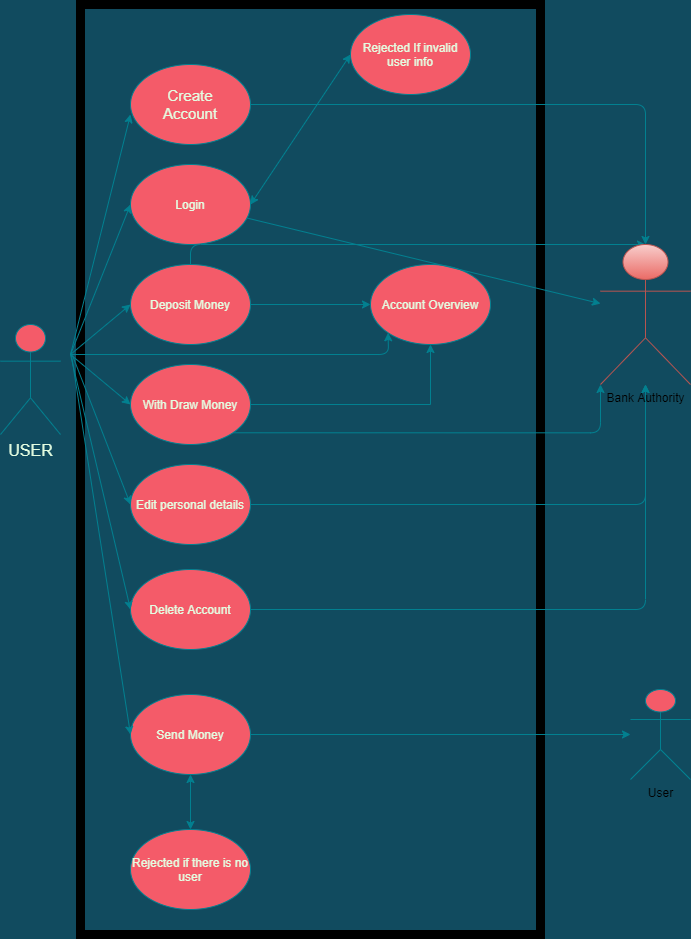
The draw.io diagram assests/User_Diagram.png in abuz33/Banking_System_Python_With_GUI, before a commit. Source tidied: cells renumbered, new cells last; positions are measured from the earlier drawing's top-left corner, leaving out a move shared by most shapes.
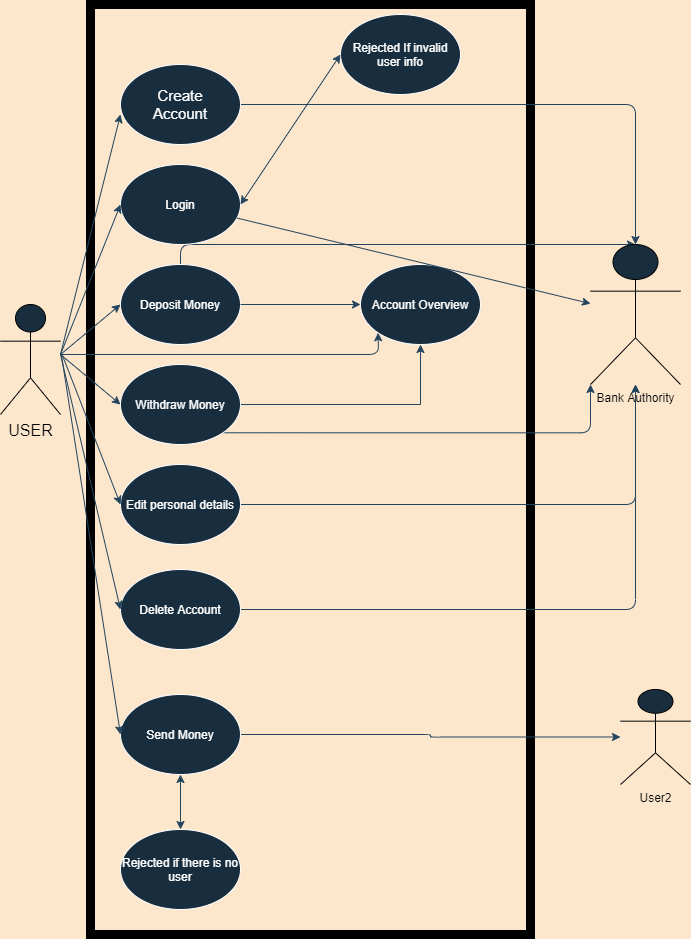
The same diagram one commit later.

Change to the diagram source:
```diff
@@ -1,92 +1,92 @@
-<mxGraphModel background="#114B5F">
+<mxGraphModel background="#FCE7CD">
   <root>
     <mxCell id="0" />
     <mxCell id="1" parent="0" />
-    <mxCell id="2" style="rounded=0;whiteSpace=wrap;html=1;sketch=0;fillColor=none;strokeWidth=9;" parent="1" vertex="1">
-      <mxGeometry x="80" width="460" height="930" as="geometry" />
+    <mxCell id="2" style="rounded=0;whiteSpace=wrap;html=1;sketch=0;fillColor=none;strokeWidth=9;fontColor=#FFFFFF;" parent="1" vertex="1">
+      <mxGeometry x="100" width="440" height="930" as="geometry" />
     </mxCell>
-    <mxCell id="3" style="edgeStyle=orthogonalEdgeStyle;curved=0;rounded=1;sketch=0;jettySize=auto;html=1;exitX=1;exitY=0.5;exitDx=0;exitDy=0;strokeColor=#028090;fillColor=#F45B69;fontColor=#E4FDE1;" parent="1" edge="1" source="4" target="33">
+    <mxCell id="3" style="edgeStyle=orthogonalEdgeStyle;curved=0;rounded=1;sketch=0;jettySize=auto;html=1;exitX=1;exitY=0.5;exitDx=0;exitDy=0;strokeColor=#23445D;labelBackgroundColor=#FCE7CD;" parent="1" edge="1" source="4" target="33">
       <mxGeometry relative="1" as="geometry" />
     </mxCell>
-    <mxCell id="4" style="ellipse;whiteSpace=wrap;html=1;fillColor=#F45B69;strokeColor=#028090;fontColor=#E4FDE1;" parent="1" vertex="1">
+    <mxCell id="4" style="ellipse;whiteSpace=wrap;html=1;fillColor=#182E3E;strokeColor=#FFFFFF;fontColor=#FFFFFF;" parent="1" vertex="1">
       <mxGeometry x="130" y="60" width="120" height="80" as="geometry" />
     </mxCell>
-    <mxCell id="5" value="Rejected if there is no user" style="ellipse;whiteSpace=wrap;html=1;fillColor=#F45B69;strokeColor=#028090;fontColor=#E4FDE1;" parent="1" vertex="1">
+    <mxCell id="5" value="Rejected if there is no user" style="ellipse;whiteSpace=wrap;html=1;fillColor=#182E3E;strokeColor=#FFFFFF;fontColor=#FFFFFF;" parent="1" vertex="1">
       <mxGeometry x="130" y="825" width="120" height="80" as="geometry" />
     </mxCell>
-    <mxCell id="6" style="edgeStyle=orthogonalEdgeStyle;curved=0;rounded=1;sketch=0;jettySize=auto;html=1;strokeColor=#028090;fillColor=#F45B69;fontColor=#E4FDE1;" parent="1" edge="1" source="7" target="35">
+    <mxCell id="6" style="edgeStyle=orthogonalEdgeStyle;curved=0;rounded=1;sketch=0;jettySize=auto;html=1;strokeColor=#23445D;labelBackgroundColor=#FCE7CD;" parent="1" edge="1" source="7" target="35">
       <mxGeometry relative="1" as="geometry" />
     </mxCell>
-    <mxCell id="7" value="Send Money" style="ellipse;whiteSpace=wrap;html=1;fillColor=#F45B69;strokeColor=#028090;fontColor=#E4FDE1;" parent="1" vertex="1">
+    <mxCell id="7" value="Send Money" style="ellipse;whiteSpace=wrap;html=1;fillColor=#182E3E;strokeColor=#FFFFFF;fontColor=#FFFFFF;" parent="1" vertex="1">
       <mxGeometry x="130" y="690" width="120" height="80" as="geometry" />
     </mxCell>
-    <mxCell id="8" style="edgeStyle=orthogonalEdgeStyle;curved=0;rounded=1;sketch=0;jettySize=auto;html=1;strokeColor=#028090;fillColor=#F45B69;fontColor=#E4FDE1;" parent="1" edge="1" source="9" target="33">
+    <mxCell id="8" style="edgeStyle=orthogonalEdgeStyle;curved=0;rounded=1;sketch=0;jettySize=auto;html=1;strokeColor=#23445D;labelBackgroundColor=#FCE7CD;" parent="1" edge="1" source="9" target="33">
       <mxGeometry relative="1" as="geometry" />
     </mxCell>
-    <mxCell id="9" value="Edit personal details" style="ellipse;whiteSpace=wrap;html=1;fillColor=#F45B69;strokeColor=#028090;fontColor=#E4FDE1;" parent="1" vertex="1">
+    <mxCell id="9" value="Edit personal details" style="ellipse;whiteSpace=wrap;html=1;fillColor=#182E3E;strokeColor=#FFFFFF;fontColor=#FFFFFF;" parent="1" vertex="1">
       <mxGeometry x="130" y="460" width="120" height="80" as="geometry" />
     </mxCell>
-    <mxCell id="10" style="edgeStyle=orthogonalEdgeStyle;rounded=0;jettySize=auto;html=1;exitX=1;exitY=0.5;exitDx=0;exitDy=0;entryX=0.5;entryY=1;entryDx=0;entryDy=0;labelBackgroundColor=#114B5F;strokeColor=#028090;fontColor=#E4FDE1;" parent="1" edge="1" source="12" target="24">
+    <mxCell id="10" style="edgeStyle=orthogonalEdgeStyle;rounded=0;jettySize=auto;html=1;exitX=1;exitY=0.5;exitDx=0;exitDy=0;entryX=0.5;entryY=1;entryDx=0;entryDy=0;strokeColor=#23445D;labelBackgroundColor=#FCE7CD;" parent="1" edge="1" source="12" target="24">
       <mxGeometry relative="1" as="geometry" />
     </mxCell>
-    <mxCell id="11" style="edgeStyle=orthogonalEdgeStyle;curved=0;rounded=1;sketch=0;jettySize=auto;html=1;exitX=1;exitY=1;exitDx=0;exitDy=0;entryX=0;entryY=1;entryDx=0;entryDy=0;entryPerimeter=0;strokeColor=#028090;fillColor=#F45B69;fontColor=#E4FDE1;" parent="1" edge="1" source="12" target="33">
+    <mxCell id="11" style="edgeStyle=orthogonalEdgeStyle;curved=0;rounded=1;sketch=0;jettySize=auto;html=1;exitX=1;exitY=1;exitDx=0;exitDy=0;entryX=0;entryY=1;entryDx=0;entryDy=0;entryPerimeter=0;strokeColor=#23445D;labelBackgroundColor=#FCE7CD;" parent="1" edge="1" source="12" target="33">
       <mxGeometry relative="1" as="geometry" />
     </mxCell>
-    <mxCell id="12" value="With Draw Money" style="ellipse;whiteSpace=wrap;html=1;fillColor=#F45B69;strokeColor=#028090;fontColor=#E4FDE1;" parent="1" vertex="1">
+    <mxCell id="12" value="Withdraw Money" style="ellipse;whiteSpace=wrap;html=1;fillColor=#182E3E;strokeColor=#FFFFFF;fontColor=#FFFFFF;" parent="1" vertex="1">
       <mxGeometry x="130" y="360" width="120" height="80" as="geometry" />
     </mxCell>
-    <mxCell id="13" style="edgeStyle=orthogonalEdgeStyle;curved=0;rounded=1;sketch=0;jettySize=auto;html=1;exitX=0.5;exitY=0;exitDx=0;exitDy=0;entryX=0.5;entryY=0;entryDx=0;entryDy=0;entryPerimeter=0;strokeColor=#028090;fillColor=#F45B69;fontColor=#E4FDE1;" parent="1" edge="1" source="14" target="33">
+    <mxCell id="13" style="edgeStyle=orthogonalEdgeStyle;curved=0;rounded=1;sketch=0;jettySize=auto;html=1;exitX=0.5;exitY=0;exitDx=0;exitDy=0;entryX=0.5;entryY=0;entryDx=0;entryDy=0;entryPerimeter=0;strokeColor=#23445D;labelBackgroundColor=#FCE7CD;" parent="1" edge="1" source="14" target="33">
       <mxGeometry relative="1" as="geometry" />
     </mxCell>
-    <mxCell id="14" value="Deposit Money" style="ellipse;whiteSpace=wrap;html=1;fillColor=#F45B69;strokeColor=#028090;fontColor=#E4FDE1;" parent="1" vertex="1">
+    <mxCell id="14" value="Deposit Money" style="ellipse;whiteSpace=wrap;html=1;fillColor=#182E3E;strokeColor=#FFFFFF;fontColor=#FFFFFF;" parent="1" vertex="1">
       <mxGeometry x="130" y="260" width="120" height="80" as="geometry" />
     </mxCell>
-    <mxCell id="15" value="Login" style="ellipse;whiteSpace=wrap;html=1;fillColor=#F45B69;strokeColor=#028090;fontColor=#E4FDE1;" parent="1" vertex="1">
+    <mxCell id="15" value="Login" style="ellipse;whiteSpace=wrap;html=1;fillColor=#182E3E;strokeColor=#FFFFFF;fontColor=#FFFFFF;" parent="1" vertex="1">
       <mxGeometry x="130" y="160" width="120" height="80" as="geometry" />
     </mxCell>
-    <mxCell id="16" value="&lt;font style=&quot;font-size: 16px&quot;&gt;USER&lt;/font&gt;" style="shape=umlActor;verticalLabelPosition=bottom;verticalAlign=top;html=1;fillColor=#F45B69;strokeColor=#028090;fontColor=#E4FDE1;" parent="1" vertex="1">
-      <mxGeometry y="320" width="60" height="110" as="geometry" />
+    <mxCell id="16" value="&lt;font style=&quot;font-size: 16px&quot; color=&quot;#000000&quot;&gt;USER&lt;/font&gt;" style="shape=umlActor;verticalLabelPosition=bottom;verticalAlign=top;html=1;fillColor=#182E3E;fontColor=#FFFFFF;" parent="1" vertex="1">
+      <mxGeometry x="10" y="300" width="60" height="110" as="geometry" />
     </mxCell>
-    <mxCell id="17" value="&lt;font style=&quot;font-size: 15px&quot;&gt;Create Account&lt;/font&gt;" style="text;html=1;strokeColor=none;fillColor=none;align=center;verticalAlign=middle;whiteSpace=wrap;rounded=0;fontColor=#E4FDE1;" parent="1" vertex="1">
+    <mxCell id="17" value="&lt;font style=&quot;font-size: 15px&quot;&gt;Create Account&lt;/font&gt;" style="text;html=1;strokeColor=none;fillColor=none;align=center;verticalAlign=middle;whiteSpace=wrap;rounded=0;fontColor=#FFFFFF;" parent="1" vertex="1">
       <mxGeometry x="140" y="80" width="100" height="40" as="geometry" />
     </mxCell>
-    <mxCell id="18" style="endArrow=classic;html=1;entryX=0;entryY=0.625;entryDx=0;entryDy=0;entryPerimeter=0;labelBackgroundColor=#114B5F;strokeColor=#028090;fontColor=#E4FDE1;" parent="1" edge="1" target="4">
+    <mxCell id="18" style="endArrow=classic;html=1;entryX=0;entryY=0.625;entryDx=0;entryDy=0;entryPerimeter=0;strokeColor=#23445D;labelBackgroundColor=#FCE7CD;" parent="1" edge="1" target="4">
       <mxGeometry relative="1" as="geometry">
         <mxPoint x="70" y="350" as="sourcePoint" />
       </mxGeometry>
     </mxCell>
-    <mxCell id="19" style="endArrow=classic;html=1;entryX=0;entryY=0.5;entryDx=0;entryDy=0;labelBackgroundColor=#114B5F;strokeColor=#028090;fontColor=#E4FDE1;" parent="1" edge="1" target="15">
+    <mxCell id="19" style="endArrow=classic;html=1;entryX=0;entryY=0.5;entryDx=0;entryDy=0;strokeColor=#23445D;labelBackgroundColor=#FCE7CD;" parent="1" edge="1" target="15">
       <mxGeometry relative="1" as="geometry">
         <mxPoint x="70" y="350" as="sourcePoint" />
       </mxGeometry>
     </mxCell>
-    <mxCell id="20" style="endArrow=classic;html=1;entryX=0;entryY=0.5;entryDx=0;entryDy=0;labelBackgroundColor=#114B5F;strokeColor=#028090;fontColor=#E4FDE1;" parent="1" edge="1" target="12">
+    <mxCell id="20" style="endArrow=classic;html=1;entryX=0;entryY=0.5;entryDx=0;entryDy=0;strokeColor=#23445D;labelBackgroundColor=#FCE7CD;" parent="1" edge="1" target="12">
       <mxGeometry relative="1" as="geometry">
         <mxPoint x="70" y="350" as="sourcePoint" />
       </mxGeometry>
     </mxCell>
-    <mxCell id="21" style="endArrow=classic;html=1;entryX=0;entryY=0.5;entryDx=0;entryDy=0;labelBackgroundColor=#114B5F;strokeColor=#028090;fontColor=#E4FDE1;" parent="1" edge="1" target="9">
+    <mxCell id="21" style="endArrow=classic;html=1;entryX=0;entryY=0.5;entryDx=0;entryDy=0;strokeColor=#23445D;labelBackgroundColor=#FCE7CD;" parent="1" edge="1" target="9">
       <mxGeometry relative="1" as="geometry">
         <mxPoint x="72" y="351" as="sourcePoint" />
       </mxGeometry>
     </mxCell>
-    <mxCell id="22" style="endArrow=classic;html=1;entryX=0;entryY=0.5;entryDx=0;entryDy=0;labelBackgroundColor=#114B5F;strokeColor=#028090;fontColor=#E4FDE1;" parent="1" edge="1" target="7">
+    <mxCell id="22" style="endArrow=classic;html=1;entryX=0;entryY=0.5;entryDx=0;entryDy=0;strokeColor=#23445D;labelBackgroundColor=#FCE7CD;" parent="1" edge="1" target="7">
       <mxGeometry relative="1" as="geometry">
         <mxPoint x="71" y="351" as="sourcePoint" />
       </mxGeometry>
     </mxCell>
-    <mxCell id="23" style="endArrow=classic;html=1;entryX=0;entryY=0.5;entryDx=0;entryDy=0;labelBackgroundColor=#114B5F;strokeColor=#028090;fontColor=#E4FDE1;" parent="1" edge="1" target="14">
+    <mxCell id="23" style="endArrow=classic;html=1;entryX=0;entryY=0.5;entryDx=0;entryDy=0;strokeColor=#23445D;labelBackgroundColor=#FCE7CD;" parent="1" edge="1" target="14">
       <mxGeometry relative="1" as="geometry">
         <mxPoint x="70" y="350" as="sourcePoint" />
       </mxGeometry>
     </mxCell>
-    <mxCell id="24" value="Account Overview" style="ellipse;whiteSpace=wrap;html=1;fillColor=#F45B69;strokeColor=#028090;fontColor=#E4FDE1;" parent="1" vertex="1">
+    <mxCell id="24" value="Account Overview" style="ellipse;whiteSpace=wrap;html=1;fillColor=#182E3E;strokeColor=#FFFFFF;fontColor=#FFFFFF;" parent="1" vertex="1">
       <mxGeometry x="370" y="260" width="120" height="80" as="geometry" />
     </mxCell>
-    <mxCell id="25" style="endArrow=classic;html=1;exitX=1;exitY=0.5;exitDx=0;exitDy=0;labelBackgroundColor=#114B5F;strokeColor=#028090;fontColor=#E4FDE1;" parent="1" edge="1" source="14" target="24">
+    <mxCell id="25" style="endArrow=classic;html=1;exitX=1;exitY=0.5;exitDx=0;exitDy=0;strokeColor=#23445D;labelBackgroundColor=#FCE7CD;" parent="1" edge="1" source="14" target="24">
       <mxGeometry relative="1" as="geometry" />
     </mxCell>
-    <mxCell id="26" style="endArrow=classic;html=1;labelBackgroundColor=#114B5F;strokeColor=#028090;fontColor=#E4FDE1;entryX=0;entryY=1;entryDx=0;entryDy=0;" parent="1" edge="1" target="24">
+    <mxCell id="26" style="endArrow=classic;html=1;strokeColor=#23445D;entryX=0;entryY=1;entryDx=0;entryDy=0;labelBackgroundColor=#FCE7CD;" parent="1" edge="1" target="24">
       <mxGeometry relative="1" as="geometry">
         <mxPoint x="70" y="350" as="sourcePoint" />
         <Array as="points">
@@ -94,34 +94,34 @@
         </Array>
       </mxGeometry>
     </mxCell>
-    <mxCell id="27" style="endArrow=classic;startArrow=classic;html=1;exitX=0.5;exitY=0;exitDx=0;exitDy=0;entryX=0.5;entryY=1;entryDx=0;entryDy=0;labelBackgroundColor=#114B5F;strokeColor=#028090;fontColor=#E4FDE1;" parent="1" edge="1" source="5" target="7">
+    <mxCell id="27" style="endArrow=classic;startArrow=classic;html=1;exitX=0.5;exitY=0;exitDx=0;exitDy=0;entryX=0.5;entryY=1;entryDx=0;entryDy=0;strokeColor=#23445D;labelBackgroundColor=#FCE7CD;" parent="1" edge="1" source="5" target="7">
       <mxGeometry relative="1" as="geometry" />
     </mxCell>
-    <mxCell id="28" style="edgeStyle=orthogonalEdgeStyle;curved=0;rounded=1;sketch=0;jettySize=auto;html=1;strokeColor=#028090;fillColor=#F45B69;fontColor=#E4FDE1;" parent="1" edge="1" source="29" target="33">
+    <mxCell id="28" style="edgeStyle=orthogonalEdgeStyle;curved=0;rounded=1;sketch=0;jettySize=auto;html=1;strokeColor=#23445D;labelBackgroundColor=#FCE7CD;" parent="1" edge="1" source="29" target="33">
       <mxGeometry relative="1" as="geometry" />
     </mxCell>
-    <mxCell id="29" value="Delete Account" style="ellipse;whiteSpace=wrap;html=1;fillColor=#F45B69;strokeColor=#028090;fontColor=#E4FDE1;" parent="1" vertex="1">
+    <mxCell id="29" value="Delete Account" style="ellipse;whiteSpace=wrap;html=1;fillColor=#182E3E;strokeColor=#FFFFFF;fontColor=#FFFFFF;" parent="1" vertex="1">
       <mxGeometry x="130" y="565" width="120" height="80" as="geometry" />
     </mxCell>
-    <mxCell id="30" style="endArrow=classic;html=1;entryX=0;entryY=0.5;entryDx=0;entryDy=0;labelBackgroundColor=#114B5F;strokeColor=#028090;fontColor=#E4FDE1;" parent="1" edge="1" target="29">
+    <mxCell id="30" style="endArrow=classic;html=1;entryX=0;entryY=0.5;entryDx=0;entryDy=0;strokeColor=#23445D;labelBackgroundColor=#FCE7CD;" parent="1" edge="1" target="29">
       <mxGeometry relative="1" as="geometry">
         <mxPoint x="70" y="350" as="sourcePoint" />
       </mxGeometry>
     </mxCell>
-    <mxCell id="31" value="Rejected If invalid user info" style="ellipse;whiteSpace=wrap;html=1;fillColor=#F45B69;strokeColor=#028090;fontColor=#E4FDE1;" parent="1" vertex="1">
+    <mxCell id="31" value="Rejected If invalid user info" style="ellipse;whiteSpace=wrap;html=1;fillColor=#182E3E;strokeColor=#FFFFFF;fontColor=#FFFFFF;" parent="1" vertex="1">
       <mxGeometry x="350" y="10" width="120" height="80" as="geometry" />
     </mxCell>
-    <mxCell id="32" style="endArrow=classic;startArrow=classic;html=1;entryX=0;entryY=0.5;entryDx=0;entryDy=0;exitX=1;exitY=0.5;exitDx=0;exitDy=0;fillColor=#F45B69;strokeColor=#028090;labelBackgroundColor=#114B5F;fontColor=#E4FDE1;" parent="1" edge="1" source="15" target="31">
+    <mxCell id="32" style="endArrow=classic;startArrow=classic;html=1;entryX=0;entryY=0.5;entryDx=0;entryDy=0;exitX=1;exitY=0.5;exitDx=0;exitDy=0;strokeColor=#23445D;labelBackgroundColor=#FCE7CD;" parent="1" edge="1" source="15" target="31">
       <mxGeometry relative="1" as="geometry" />
     </mxCell>
-    <mxCell id="33" value="Bank Authority" style="shape=umlActor;verticalLabelPosition=bottom;verticalAlign=top;html=1;outlineConnect=0;gradientColor=#ea6b66;fillColor=#f8cecc;strokeColor=#b85450;" parent="1" vertex="1">
+    <mxCell id="33" value="&lt;font color=&quot;#000000&quot;&gt;Bank Authority&lt;/font&gt;" style="shape=umlActor;verticalLabelPosition=bottom;verticalAlign=top;html=1;outlineConnect=0;fillColor=#182E3E;fontColor=#FFFFFF;" parent="1" vertex="1">
       <mxGeometry x="600" y="240" width="90" height="140" as="geometry" />
     </mxCell>
-    <mxCell id="34" style="endArrow=classic;html=1;strokeColor=#028090;fillColor=#F45B69;fontColor=#E4FDE1;" parent="1" edge="1" source="15" target="33">
+    <mxCell id="34" style="endArrow=classic;html=1;strokeColor=#23445D;labelBackgroundColor=#FCE7CD;" parent="1" edge="1" source="15" target="33">
       <mxGeometry relative="1" as="geometry" />
     </mxCell>
-    <mxCell id="35" value="&lt;font color=&quot;#000000&quot;&gt;User&lt;/font&gt;" style="shape=umlActor;verticalLabelPosition=bottom;verticalAlign=top;html=1;outlineConnect=0;rounded=0;sketch=0;strokeColor=#028090;fillColor=#F45B69;fontColor=#E4FDE1;" parent="1" vertex="1">
-      <mxGeometry x="630" y="685" width="60" height="90" as="geometry" />
+    <mxCell id="35" value="&lt;font color=&quot;#000000&quot;&gt;User2&lt;/font&gt;" style="shape=umlActor;verticalLabelPosition=bottom;verticalAlign=top;html=1;outlineConnect=0;rounded=0;sketch=0;fillColor=#182E3E;fontColor=#FFFFFF;" parent="1" vertex="1">
+      <mxGeometry x="630" y="685" width="70" height="95" as="geometry" />
     </mxCell>
   </root>
 </mxGraphModel>
```
